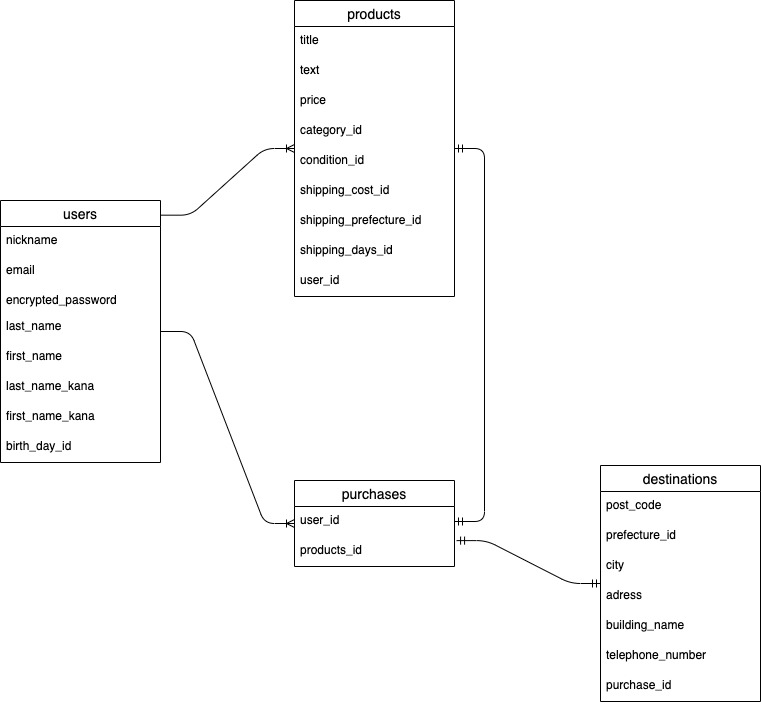
This is furima.drawio.png from yuki-brave/furima-37349, a draw.io export, as it was before one commit. Source tidied: cells renumbered, new cells last; positions are measured from the earlier drawing's top-left corner, leaving out a move shared by most shapes.
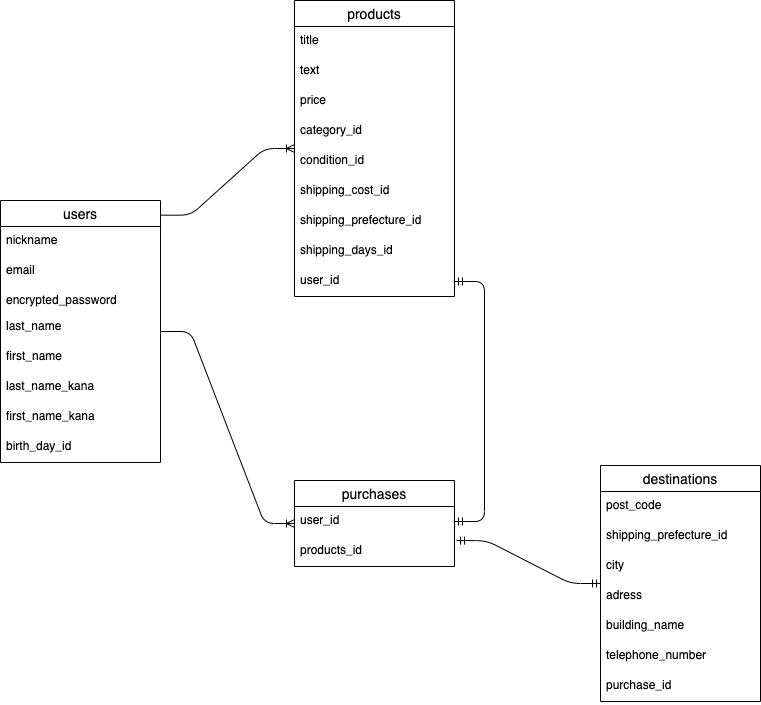
Later version of the same file.

Commit message:
ER図のカラム名修正

Diff of the diagram source:
```diff
@@ -74,7 +74,7 @@
     <mxCell id="25" value="post_code" style="text;strokeColor=none;fillColor=none;spacingLeft=4;spacingRight=4;overflow=hidden;fontSize=12;" parent="24" vertex="1">
       <mxGeometry y="26" width="160" height="30" as="geometry" />
     </mxCell>
-    <mxCell id="26" value="prefecture_id" style="text;strokeColor=none;fillColor=none;spacingLeft=4;spacingRight=4;overflow=hidden;fontSize=12;" parent="24" vertex="1">
+    <mxCell id="26" value="shipping_prefecture_id" style="text;strokeColor=none;fillColor=none;spacingLeft=4;spacingRight=4;overflow=hidden;fontSize=12;" parent="24" vertex="1">
       <mxGeometry y="56" width="160" height="30" as="geometry" />
     </mxCell>
     <mxCell id="27" value="city" style="text;strokeColor=none;fillColor=none;spacingLeft=4;spacingRight=4;overflow=hidden;fontSize=12;" parent="24" vertex="1">
@@ -95,7 +95,7 @@
     <mxCell id="32" style="edgeStyle=entityRelationEdgeStyle;fontSize=12;html=1;endArrow=ERoneToMany;exitX=1.001;exitY=0.056;exitDx=0;exitDy=0;exitPerimeter=0;" parent="1" edge="1" source="2" target="11">
       <mxGeometry relative="1" as="geometry" />
     </mxCell>
-    <mxCell id="33" style="edgeStyle=entityRelationEdgeStyle;fontSize=12;html=1;endArrow=ERmandOne;startArrow=ERmandOne;" parent="1" edge="1" target="11">
+    <mxCell id="33" style="edgeStyle=entityRelationEdgeStyle;fontSize=12;html=1;endArrow=ERmandOne;startArrow=ERmandOne;entryX=1;entryY=0.5;entryDx=0;entryDy=0;" parent="1" edge="1" target="20">
       <mxGeometry relative="1" as="geometry">
         <mxPoint x="454" y="521" as="sourcePoint" />
       </mxGeometry>
```
